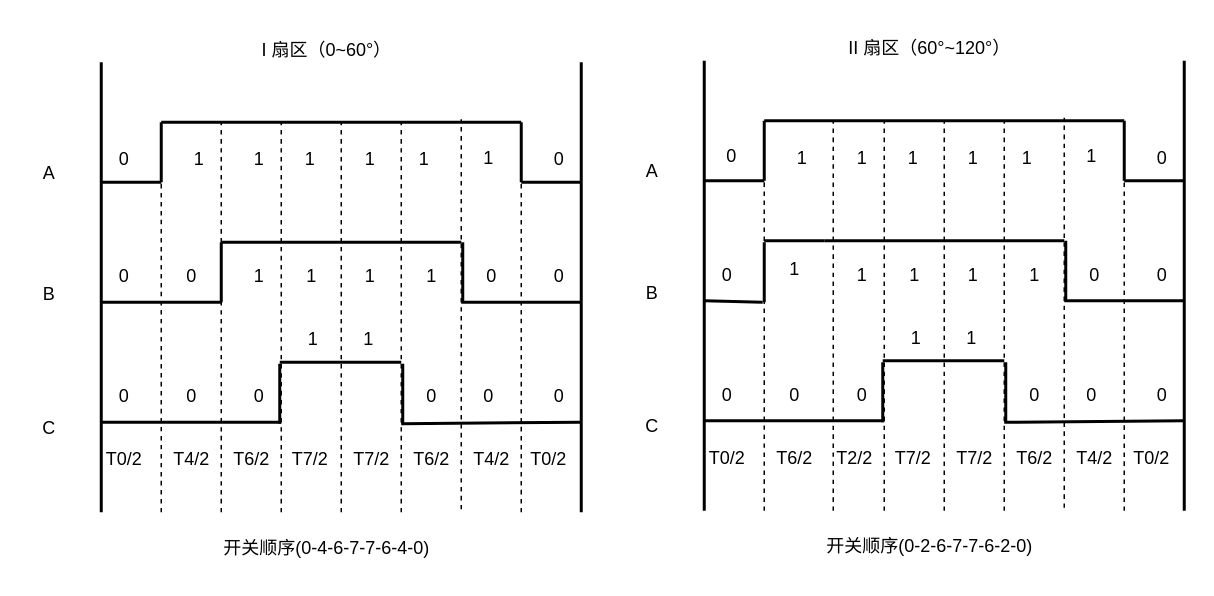
Vinson-001/Blog-flow-chart keeps this draw.io diagram as page "SVPWM 开关时序" (3 of 3) of SVPWM 脉冲调制.drawio. Above is the earlier version. Source tidied: cells renumbered, new cells numbered last; positions are measured from the earlier drawing's top-left corner, leaving out a move shared by most shapes. Both pictures are drawn from the tidied source at 150%, with x=0, y=0 at pixel (26, 26).
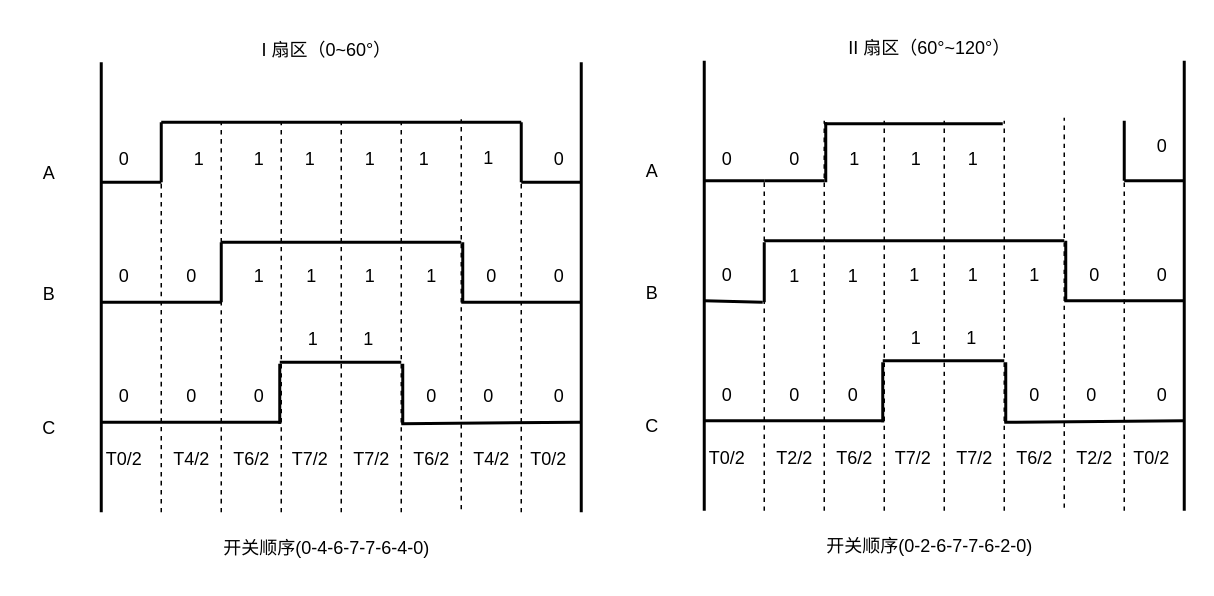
After the change.

Commit message (it also covers changes not shown here):
更新SVPWM 脉冲调制.drawio

The edit, as a diff of the source:
```diff
@@
-    <mxCell id="64" style="endArrow=none;html=1;rounded=0;curved=1;strokeWidth=2;" parent="1" edge="1">
-      <mxGeometry relative="1" as="geometry">
-        <mxPoint x="492" y="103" as="sourcePoint" />
-        <mxPoint x="492" y="63" as="targetPoint" />
-      </mxGeometry>
-    </mxCell>
-    <mxCell id="65" style="endArrow=none;html=1;rounded=0;curved=1;strokeWidth=2;" parent="1" edge="1">
-      <mxGeometry relative="1" as="geometry">
-        <mxPoint x="492" y="63" as="sourcePoint" />
-        <mxPoint x="732" y="63" as="targetPoint" />
-      </mxGeometry>
-    </mxCell>
@@
-    <mxCell id="68" value="1" style="text;html=1;align=center;verticalAlign=middle;strokeColor=none;fillColor=none;" parent="1" vertex="1">
-      <mxGeometry x="502" y="73" width="30" height="30" as="geometry" />
-    </mxCell>
-    <mxCell id="69" value="1" style="text;html=1;align=center;verticalAlign=middle;strokeColor=none;fillColor=none;" parent="1" vertex="1">
-      <mxGeometry x="542" y="73" width="30" height="30" as="geometry" />
-    </mxCell>
-    <mxCell id="70" value="1" style="text;html=1;align=center;verticalAlign=middle;strokeColor=none;fillColor=none;" parent="1" vertex="1">
-      <mxGeometry x="576" y="73" width="30" height="30" as="geometry" />
-    </mxCell>
-    <mxCell id="71" value="1" style="text;html=1;align=center;verticalAlign=middle;strokeColor=none;fillColor=none;" parent="1" vertex="1">
-      <mxGeometry x="616" y="73" width="30" height="30" as="geometry" />
-    </mxCell>
-    <mxCell id="72" value="1" style="text;html=1;align=center;verticalAlign=middle;strokeColor=none;fillColor=none;" parent="1" vertex="1">
-      <mxGeometry x="652" y="73" width="30" height="30" as="geometry" />
-    </mxCell>
     <mxCell id="73" value="0" style="text;html=1;align=center;verticalAlign=middle;strokeColor=none;fillColor=none;" parent="1" vertex="1">
-      <mxGeometry x="742" y="73" width="30" height="30" as="geometry" />
+      <mxGeometry x="742" y="65" width="30" height="30" as="geometry" />
     </mxCell>
@@
     <mxCell id="84" value="1" style="text;html=1;align=center;verticalAlign=middle;strokeColor=none;fillColor=none;" parent="1" vertex="1">
-      <mxGeometry x="497" y="147" width="30" height="30" as="geometry" />
+      <mxGeometry x="497" y="152" width="30" height="30" as="geometry" />
     </mxCell>
@@
     <mxCell id="86" value="1" style="text;html=1;align=center;verticalAlign=middle;strokeColor=none;fillColor=none;" parent="1" vertex="1">
-      <mxGeometry x="542" y="151" width="30" height="30" as="geometry" />
+      <mxGeometry x="536" y="152" width="30" height="30" as="geometry" />
     </mxCell>
     <mxCell id="87" value="0" style="text;html=1;align=center;verticalAlign=middle;strokeColor=none;fillColor=none;" parent="1" vertex="1">
-      <mxGeometry x="542" y="231" width="30" height="30" as="geometry" />
+      <mxGeometry x="536" y="231" width="30" height="30" as="geometry" />
     </mxCell>
@@
-    <mxCell id="100" value="1" style="text;html=1;align=center;verticalAlign=middle;strokeColor=none;fillColor=none;" parent="1" vertex="1">
-      <mxGeometry x="695" y="72" width="30" height="30" as="geometry" />
-    </mxCell>
@@
-    <mxCell id="107" value="T6/2" style="text;html=1;align=center;verticalAlign=middle;strokeColor=none;fillColor=none;" parent="1" vertex="1">
+    <mxCell id="107" value="T2/2" style="text;html=1;align=center;verticalAlign=middle;strokeColor=none;fillColor=none;" parent="1" vertex="1">
       <mxGeometry x="487" y="273" width="50" height="30" as="geometry" />
     </mxCell>
-    <mxCell id="108" value="T2/2" style="text;html=1;align=center;verticalAlign=middle;strokeColor=none;fillColor=none;" parent="1" vertex="1">
+    <mxCell id="108" value="T6/2" style="text;html=1;align=center;verticalAlign=middle;strokeColor=none;fillColor=none;" parent="1" vertex="1">
       <mxGeometry x="527" y="273" width="50" height="30" as="geometry" />
     </mxCell>
@@
-    <mxCell id="112" value="T4/2" style="text;html=1;align=center;verticalAlign=middle;strokeColor=none;fillColor=none;" parent="1" vertex="1">
+    <mxCell id="112" value="T2/2" style="text;html=1;align=center;verticalAlign=middle;strokeColor=none;fillColor=none;" parent="1" vertex="1">
       <mxGeometry x="687" y="273" width="50" height="30" as="geometry" />
     </mxCell>
@@
     <mxCell id="115" style="endArrow=none;dashed=1;html=1;rounded=0;curved=1;" parent="1" edge="1">
       <mxGeometry relative="1" as="geometry">
-        <mxPoint x="538" y="323" as="sourcePoint" />
-        <mxPoint x="538" y="63" as="targetPoint" />
+        <mxPoint x="532" y="323" as="sourcePoint" />
+        <mxPoint x="532" y="63" as="targetPoint" />
       </mxGeometry>
     </mxCell>
@@
     <mxCell id="124" value="0" style="text;html=1;align=center;verticalAlign=middle;strokeColor=none;fillColor=none;" parent="1" vertex="1">
-      <mxGeometry x="455" y="72" width="30" height="30" as="geometry" />
+      <mxGeometry x="452" y="74" width="30" height="30" as="geometry" />
     </mxCell>
+    <mxCell id="125" style="endArrow=none;html=1;rounded=0;curved=1;strokeWidth=2;" parent="1" edge="1">
+      <mxGeometry relative="1" as="geometry">
+        <mxPoint x="492" y="103" as="sourcePoint" />
+        <mxPoint x="532" y="103" as="targetPoint" />
+      </mxGeometry>
+    </mxCell>
+    <mxCell id="126" value="0" style="text;html=1;align=center;verticalAlign=middle;strokeColor=none;fillColor=none;" parent="1" vertex="1">
+      <mxGeometry x="497" y="74" width="30" height="30" as="geometry" />
+    </mxCell>
+    <mxCell id="127" style="endArrow=none;html=1;rounded=0;curved=1;strokeWidth=2;" parent="1" edge="1">
+      <mxGeometry relative="1" as="geometry">
+        <mxPoint x="533" y="104" as="sourcePoint" />
+        <mxPoint x="533" y="64" as="targetPoint" />
+      </mxGeometry>
+    </mxCell>
+    <mxCell id="128" style="endArrow=none;html=1;rounded=0;curved=1;strokeWidth=2;" parent="1" edge="1">
+      <mxGeometry relative="1" as="geometry">
+        <mxPoint x="532" y="65" as="sourcePoint" />
+        <mxPoint x="651" y="65" as="targetPoint" />
+      </mxGeometry>
+    </mxCell>
+    <mxCell id="129" value="1" style="text;html=1;align=center;verticalAlign=middle;strokeColor=none;fillColor=none;" parent="1" vertex="1">
+      <mxGeometry x="537" y="74" width="30" height="30" as="geometry" />
+    </mxCell>
+    <mxCell id="130" value="1" style="text;html=1;align=center;verticalAlign=middle;strokeColor=none;fillColor=none;" parent="1" vertex="1">
+      <mxGeometry x="578" y="74" width="30" height="30" as="geometry" />
+    </mxCell>
+    <mxCell id="131" value="1" style="text;html=1;align=center;verticalAlign=middle;strokeColor=none;fillColor=none;" parent="1" vertex="1">
+      <mxGeometry x="616" y="74" width="30" height="30" as="geometry" />
+    </mxCell>
```
